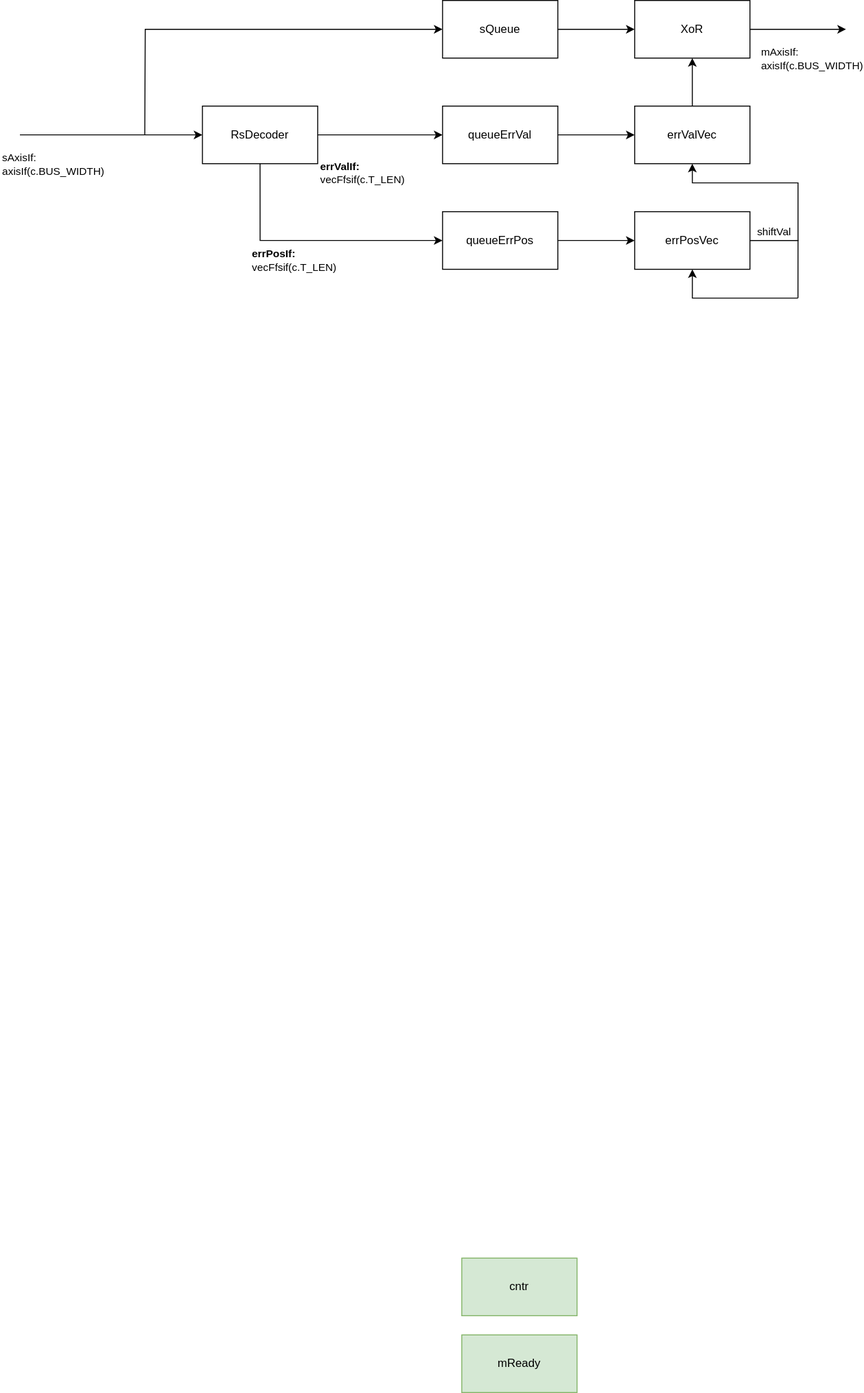
Earlier version of the draw.io export images/reed_solomon-RsBlockRecovery.drawio.svg (egorman44/Reed-Solomon). Source tidied: cells renumbered, new cells last; positions are measured from the earlier drawing's top-left corner, leaving out a move shared by most shapes.
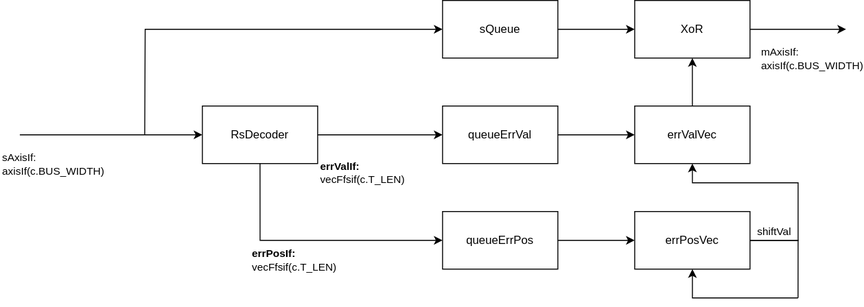
After the commit.

Commit message:
[Img] Update wiki images

Diff of the diagram source:
```diff
@@ -102,11 +102,5 @@
     <mxCell id="25" value="mAxisIf:&lt;div&gt;axisIf(c.BUS_WIDTH)&lt;/div&gt;" style="edgeLabel;html=1;align=left;verticalAlign=middle;" parent="1" vertex="1">
       <mxGeometry x="770" y="60" as="geometry" />
     </mxCell>
-    <mxCell id="26" value="cntr" style="rounded=0;whiteSpace=wrap;html=1;fillColor=#d5e8d4;strokeColor=#82b366;" parent="1" vertex="1">
-      <mxGeometry x="460" y="1310" width="120" height="60" as="geometry" />
-    </mxCell>
-    <mxCell id="27" value="mReady" style="rounded=0;whiteSpace=wrap;html=1;fillColor=#d5e8d4;strokeColor=#82b366;" parent="1" vertex="1">
-      <mxGeometry x="460" y="1390" width="120" height="60" as="geometry" />
-    </mxCell>
   </root>
 </mxGraphModel>
```
